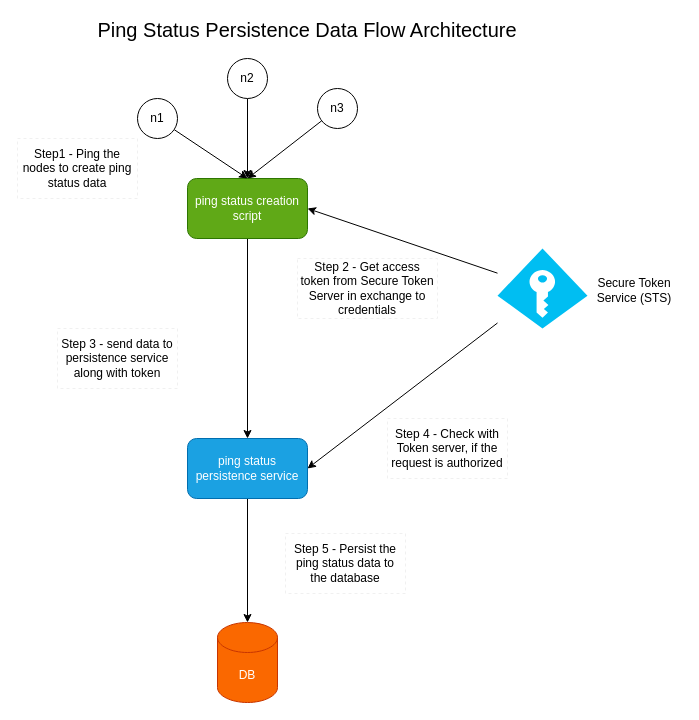
Before: pingStatusServiceIllustration.drawio in nagasudhirpulla/ping_status_dump_creation, a draw.io diagram. Source tidied: cells renumbered, new cells numbered last; positions are measured from the earlier drawing's top-left corner, leaving out a move shared by most shapes. Both pictures are drawn from the tidied source at 100%, with x=0, y=0 at pixel (17, 19).
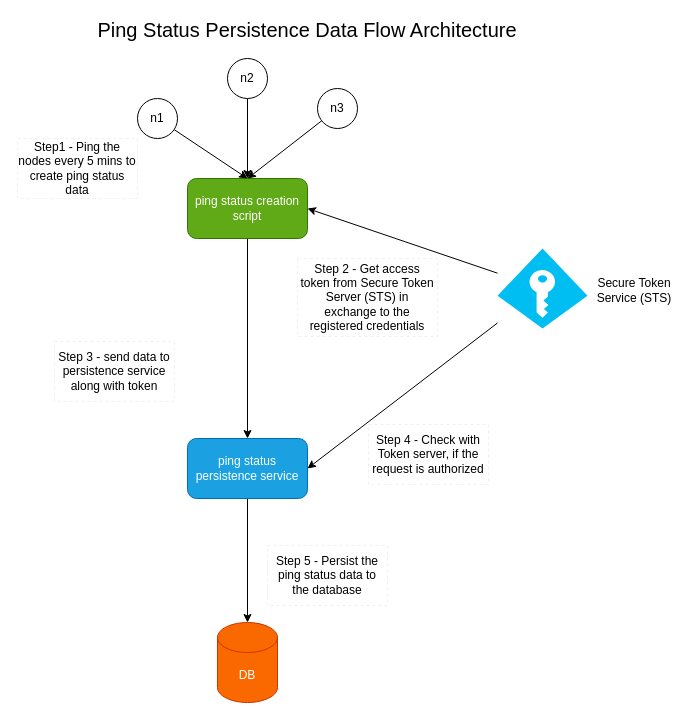
Above is the later version.

The edit, as a diff of the source:
```diff
@@
-    <mxCell id="10" value="Step1 - Ping the nodes to create ping status data" style="text;html=1;fillColor=none;align=center;verticalAlign=middle;whiteSpace=wrap;rounded=0;strokeColor=#f0f0f0;dashed=1;" parent="1" vertex="1">
+    <mxCell id="10" value="Step1 - Ping the nodes every 5 mins to create ping status data" style="text;html=1;fillColor=none;align=center;verticalAlign=middle;whiteSpace=wrap;rounded=0;strokeColor=#f0f0f0;dashed=1;" parent="1" vertex="1">
       <mxGeometry y="119" width="120" height="60" as="geometry" />
     </mxCell>
@@
-    <mxCell id="14" value="Step 2 - Get access token from Secure Token Server in exchange to credentials" style="text;html=1;fillColor=none;align=center;verticalAlign=middle;whiteSpace=wrap;rounded=0;strokeColor=#f0f0f0;dashed=1;" parent="1" vertex="1">
-      <mxGeometry x="280" y="239" width="140" height="60" as="geometry" />
+    <mxCell id="14" value="Step 2 - Get access token from Secure Token Server (STS) in exchange to the registered credentials" style="text;html=1;fillColor=none;align=center;verticalAlign=middle;whiteSpace=wrap;rounded=0;strokeColor=#f0f0f0;dashed=1;" parent="1" vertex="1">
+      <mxGeometry x="280" y="239" width="140" height="78" as="geometry" />
     </mxCell>
@@
     <mxCell id="17" value="Step 3 - send data to persistence service along with token" style="text;html=1;fillColor=none;align=center;verticalAlign=middle;whiteSpace=wrap;rounded=0;strokeColor=#f0f0f0;dashed=1;" parent="1" vertex="1">
-      <mxGeometry x="40" y="309" width="120" height="60" as="geometry" />
+      <mxGeometry x="37" y="322" width="120" height="60" as="geometry" />
     </mxCell>
     <mxCell id="18" value="Step 4 - Check with Token server, if the request is authorized" style="text;html=1;fillColor=none;align=center;verticalAlign=middle;whiteSpace=wrap;rounded=0;strokeColor=#f0f0f0;dashed=1;" parent="1" vertex="1">
-      <mxGeometry x="370" y="399" width="120" height="60" as="geometry" />
+      <mxGeometry x="351" y="405" width="120" height="60" as="geometry" />
     </mxCell>
@@
     <mxCell id="20" value="Step 5 - Persist the ping status data to the database" style="text;html=1;fillColor=none;align=center;verticalAlign=middle;whiteSpace=wrap;rounded=0;strokeColor=#f0f0f0;dashed=1;" parent="1" vertex="1">
-      <mxGeometry x="268" y="514" width="120" height="60" as="geometry" />
+      <mxGeometry x="250" y="526" width="120" height="60" as="geometry" />
     </mxCell>
```
